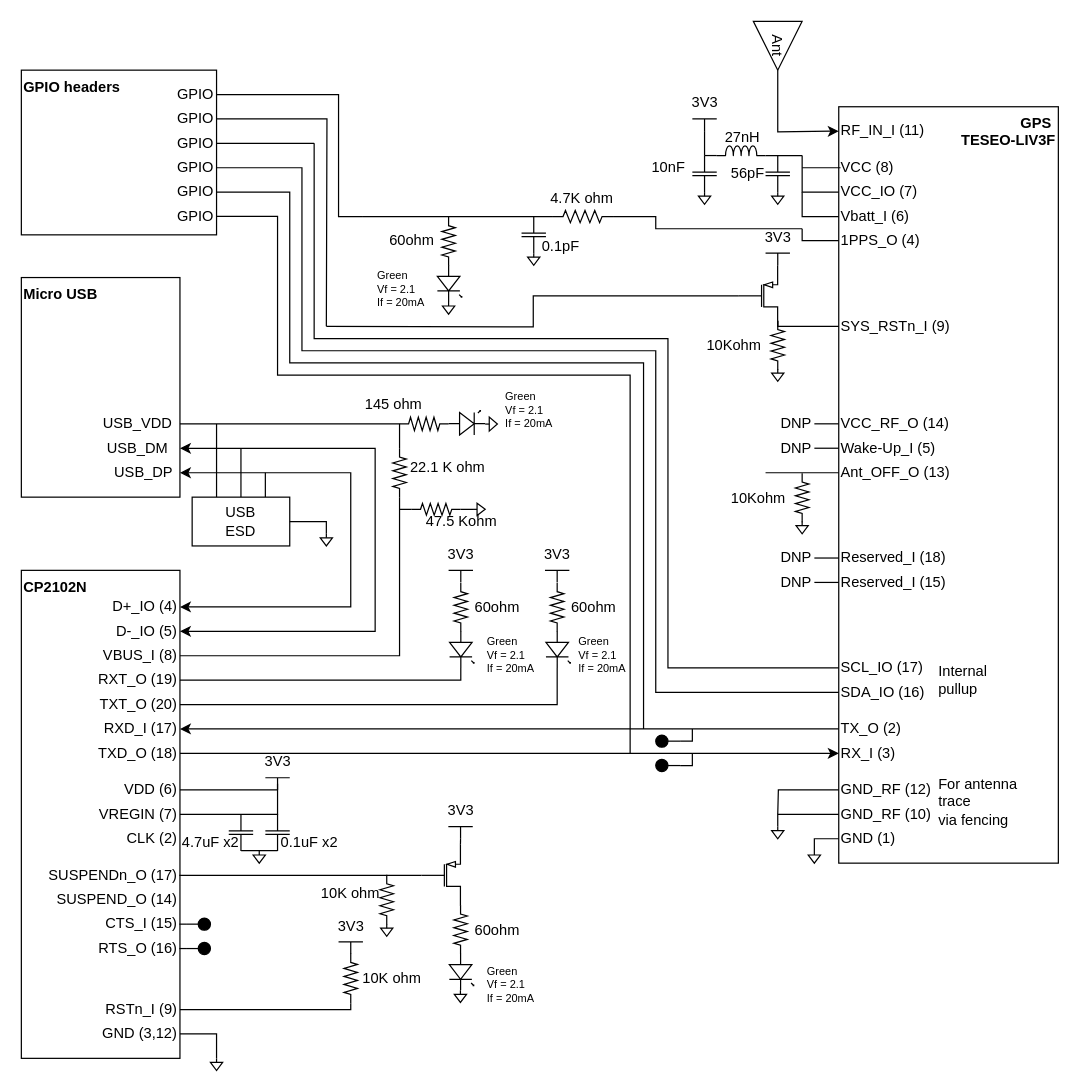
The draw.io diagram page "TESEO-LIV3F" (8 of 9) of PleaseGoUp.drawio in liamherlihy/pleaseGoUp, before the edit. Source tidied: cells renumbered, new cells numbered last; positions are measured from the earlier drawing's top-left corner, leaving out a move shared by most shapes. Both pictures are drawn from the tidied source at 122%, with x=0, y=0 at pixel (21, 21).
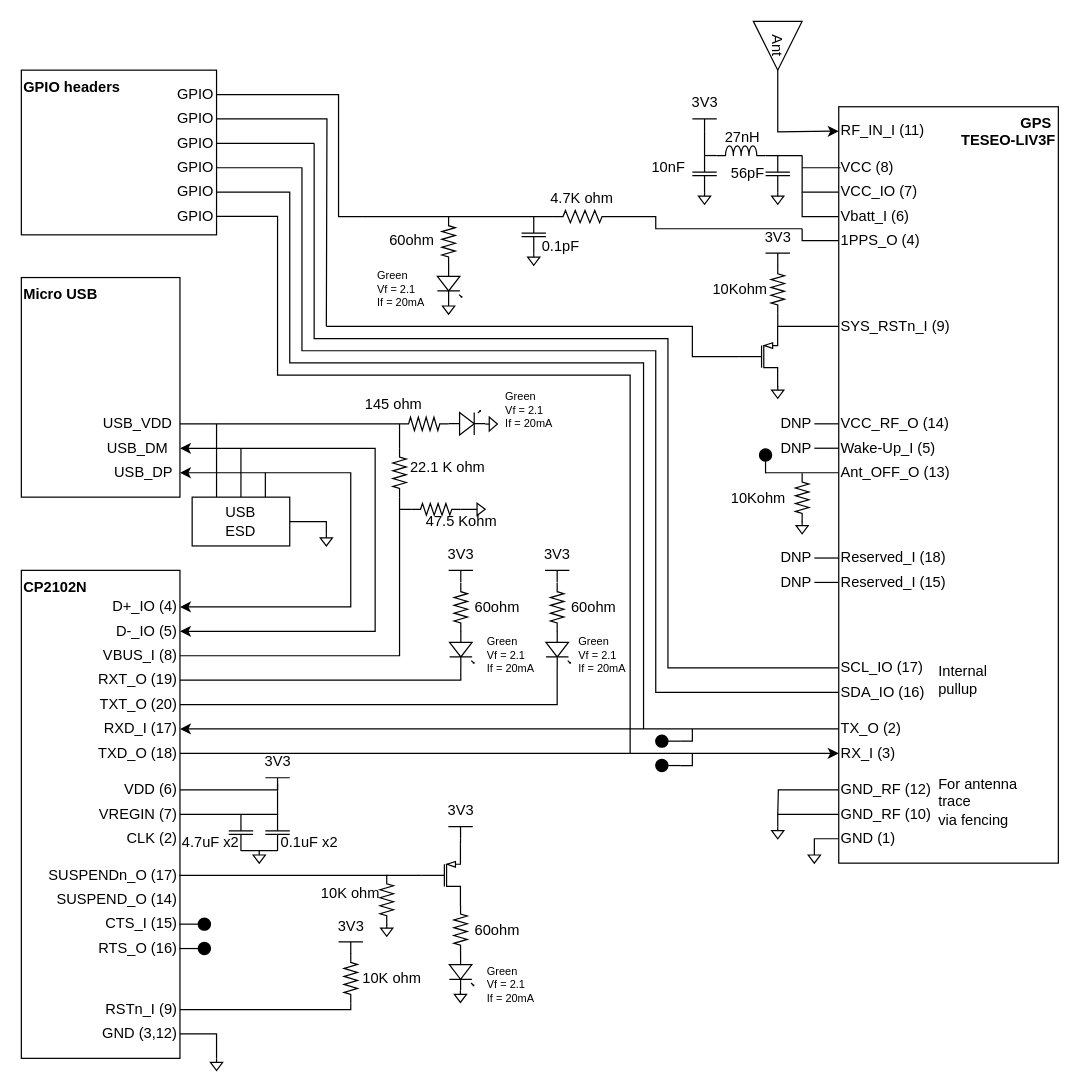
The same diagram, later.

Unchanged cells that the change refers to:
```xml
<mxCell id="16" value="SYS_RSTn_I (9)" style="text;html=1;strokeColor=none;fillColor=none;align=left;verticalAlign=middle;whiteSpace=wrap;rounded=0;fontSize=12;" parent="1" vertex="1">
  <mxGeometry x="670" y="240" width="120" height="20" as="geometry" />
</mxCell>
```

What changed in the source:
```diff
@@
-    <mxCell id="15" style="edgeStyle=orthogonalEdgeStyle;rounded=0;jettySize=auto;html=1;exitX=0;exitY=0.5;exitDx=0;exitDy=0;startArrow=none;startFill=0;endArrow=none;endFill=0;fontSize=12;entryX=1;entryY=0.5;entryDx=0;entryDy=0;entryPerimeter=0;" parent="1" edge="1" source="16" target="47">
+    <mxCell id="15" style="edgeStyle=orthogonalEdgeStyle;rounded=0;jettySize=auto;html=1;exitX=0;exitY=0.5;exitDx=0;exitDy=0;startArrow=none;startFill=0;endArrow=none;endFill=0;fontSize=12;entryX=0;entryY=0.5;entryDx=0;entryDy=0;entryPerimeter=0;" parent="1" edge="1" source="16" target="183">
       <mxGeometry relative="1" as="geometry">
         <Array as="points">
           <mxPoint x="620" y="250" />
         </Array>
       </mxGeometry>
     </mxCell>
@@
     <mxCell id="45" style="edgeStyle=orthogonalEdgeStyle;rounded=0;jettySize=auto;html=1;exitX=0;exitY=0.5;exitDx=0;exitDy=0;exitPerimeter=0;startArrow=none;startFill=0;endArrow=none;endFill=0;fontSize=12;" parent="1" edge="1" source="46">
       <mxGeometry relative="1" as="geometry">
         <mxPoint x="250" y="250" as="targetPoint" />
+        <Array as="points">
+          <mxPoint x="550" y="275" />
+          <mxPoint x="550" y="250" />
+        </Array>
       </mxGeometry>
     </mxCell>
     <mxCell id="46" style="verticalLabelPosition=bottom;shadow=0;dashed=0;align=center;html=1;verticalAlign=top;shape=mxgraph.electrical.transistors.pmos;fontSize=12;rotation=0;" parent="1" vertex="1">
-      <mxGeometry x="585" y="200" width="38" height="50" as="geometry" />
+      <mxGeometry x="585" y="249.8" width="38" height="50" as="geometry" />
     </mxCell>
-    <mxCell id="47" style="verticalLabelPosition=bottom;shadow=0;dashed=0;align=center;html=1;verticalAlign=top;shape=mxgraph.electrical.resistors.resistor_2;rotation=-90;" parent="1" vertex="1">
-      <mxGeometry x="600" y="260" width="40" height="11" as="geometry" />
-    </mxCell>
     <mxCell id="48" value="10Kohm" style="text;html=1;strokeColor=none;fillColor=none;align=left;verticalAlign=middle;whiteSpace=wrap;rounded=0;" parent="1" vertex="1">
-      <mxGeometry x="560" y="260.5" width="45" height="10" as="geometry" />
+      <mxGeometry x="565" y="215.2" width="45" height="10" as="geometry" />
     </mxCell>
@@
     <mxCell id="62" style="verticalLabelPosition=bottom;shadow=0;dashed=0;align=center;html=1;verticalAlign=top;shape=mxgraph.electrical.signal_sources.signal_ground;" parent="1" vertex="1">
-      <mxGeometry x="615" y="285" width="10" height="10" as="geometry" />
+      <mxGeometry x="615" y="299" width="10" height="10" as="geometry" />
     </mxCell>
@@
+    <mxCell id="183" style="verticalLabelPosition=bottom;shadow=0;dashed=0;align=center;html=1;verticalAlign=top;shape=mxgraph.electrical.resistors.resistor_2;rotation=-90;" parent="1" vertex="1">
+      <mxGeometry x="600" y="214.2" width="40" height="11" as="geometry" />
+    </mxCell>
+    <mxCell id="184" style="verticalLabelPosition=bottom;shadow=0;dashed=0;align=center;html=1;verticalAlign=top;shape=mxgraph.electrical.transmission.testPoint;fontSize=12;rotation=-90;direction=south;" parent="1" vertex="1">
+      <mxGeometry x="600" y="355.5" width="20" height="10" as="geometry" />
+    </mxCell>
```
